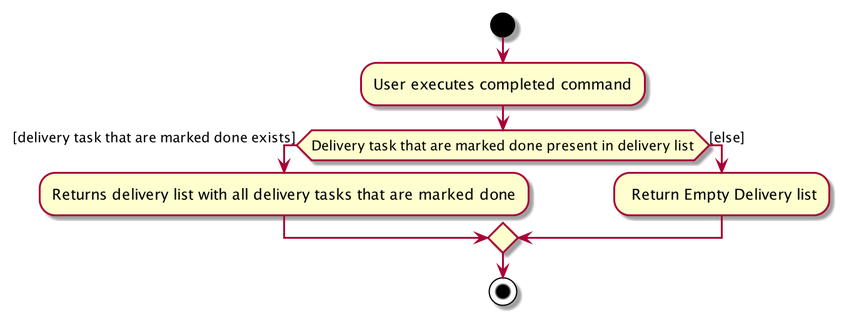
This is docs/images/CompletedCommandActivityDiagram.png from nus-cs2103-AY2021S2/tp, a PlantUML export, as it was before one commit.
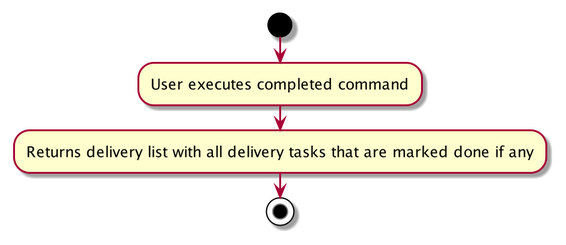
After the commit.

Diff of the diagram source:
```diff
@@ -1,12 +1,6 @@
 @startuml
 start
 :User executes completed command;
-
-
-if (Delivery task that are marked done present in delivery list) then ([delivery task that are marked done exists])
-    :Returns delivery list with all delivery tasks that are marked done;
-else ([else])
-    : Return Empty Delivery list;
-endif
+:Returns delivery list with all delivery tasks that are marked done if any;
 stop
 @enduml
```
